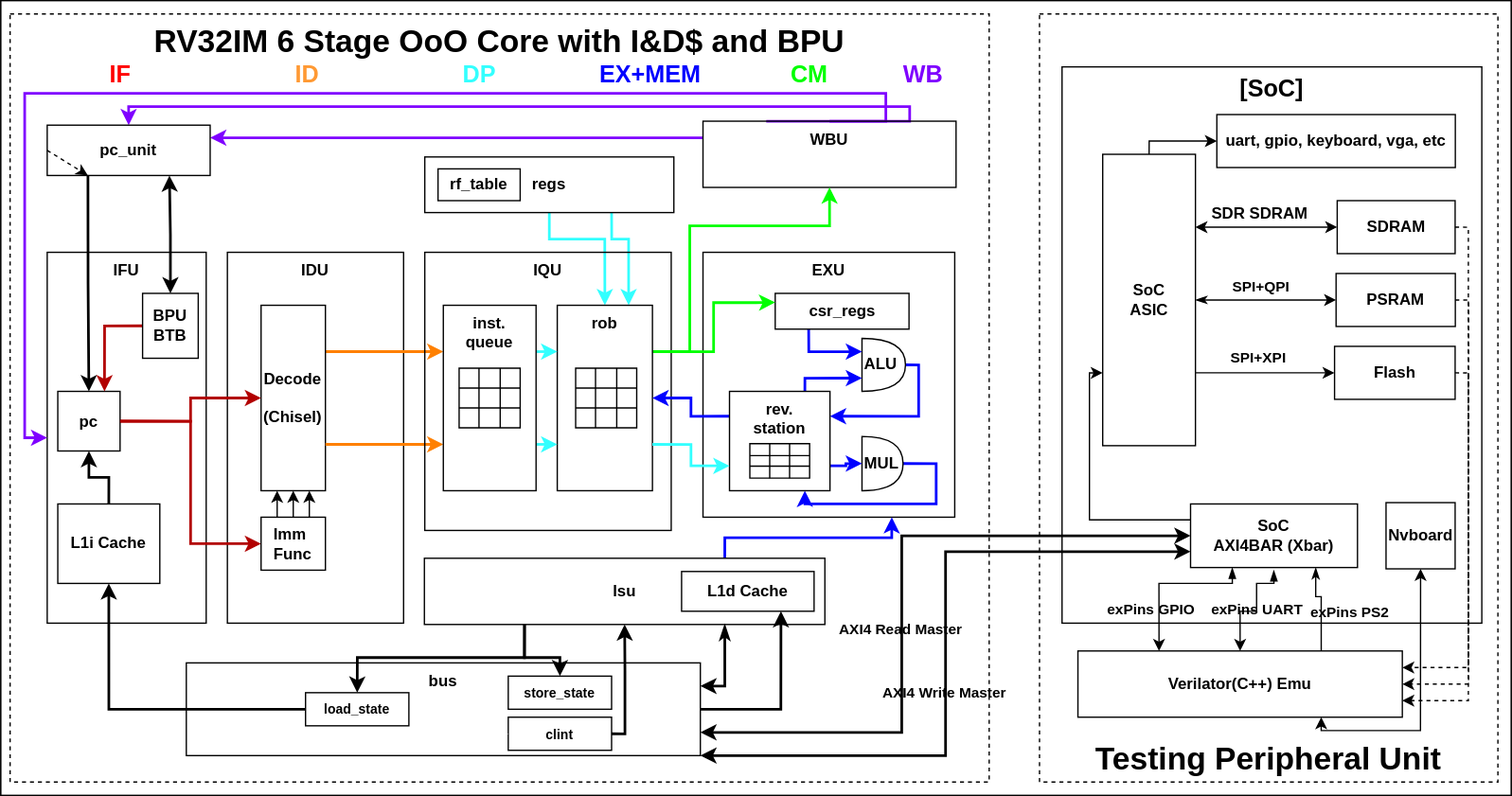
Kingfish404/raptor-chip keeps this draw.io diagram as docs/assets/npc-rv32im-o3-pipeline.svg. Above is the earlier version. Source tidied: cells renumbered, new cells last; positions are measured from the earlier drawing's top-left corner, leaving out a move shared by most shapes.
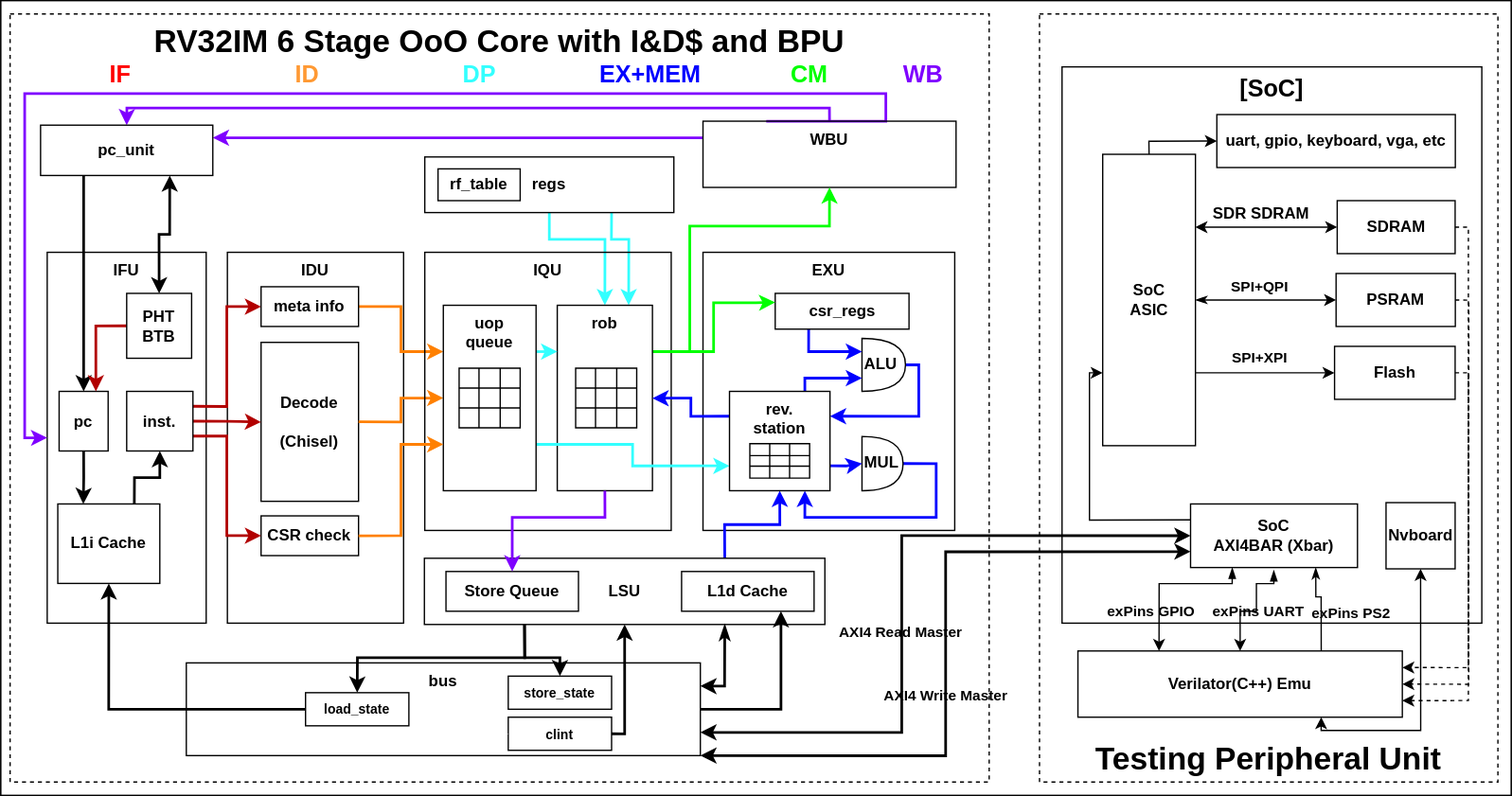
Above is the later version.

Commit message:
feat: store-to-load

What changed in the source:
```diff
@@ -4,3 +4,3 @@
     <mxCell id="1" parent="0" />
-    <mxCell id="2" style="rounded=0;whiteSpace=wrap;html=1;" parent="1" vertex="1">
+    <mxCell id="2" style="rounded=0;whiteSpace=wrap;html=1;fillColor=default;" parent="1" vertex="1">
       <mxGeometry width="1140" height="600" as="geometry" />
@@ -13,4 +13,4 @@
     </mxCell>
-    <mxCell id="5" value="&lt;span style=&quot;&quot;&gt;EXU&lt;/span&gt;" style="rounded=0;whiteSpace=wrap;html=1;gradientColor=none;arcSize=7;verticalAlign=top;fontStyle=1;fillColor=none;" parent="1" vertex="1">
-      <mxGeometry x="530" y="190" width="190" height="200" as="geometry" />
+    <mxCell id="5" value="&lt;span style=&quot;&quot;&gt;&lt;font style=&quot;color: light-dark(rgb(0, 0, 0), rgb(255, 255, 255));&quot;&gt;EXU&lt;/font&gt;&lt;/span&gt;" style="rounded=0;whiteSpace=wrap;html=1;gradientColor=none;arcSize=7;verticalAlign=top;fontStyle=1;fillColor=none;" parent="1" vertex="1">
+      <mxGeometry x="530" y="190" width="190" height="210" as="geometry" />
     </mxCell>
@@ -19,3 +19,3 @@
     </mxCell>
-    <mxCell id="7" style="edgeStyle=orthogonalEdgeStyle;rounded=0;jumpSize=0;html=1;exitX=1;exitY=0.25;exitDx=0;exitDy=0;fontStyle=1;strokeWidth=2;fillColor=#fa6800;strokeColor=#FF8000;entryX=0;entryY=0.25;entryDx=0;entryDy=0;" parent="1" edge="1" source="8" target="88">
+    <mxCell id="7" style="edgeStyle=orthogonalEdgeStyle;rounded=0;jumpSize=0;html=1;exitX=1;exitY=0.5;exitDx=0;exitDy=0;fontStyle=1;strokeWidth=2;fillColor=#fa6800;strokeColor=#FF8000;entryX=0;entryY=0.25;entryDx=0;entryDy=0;" parent="1" edge="1" source="23" target="88">
       <mxGeometry relative="1" as="geometry" />
@@ -23,14 +23,14 @@
     <mxCell id="8" value="Decode&lt;br&gt;&lt;br&gt;(Chisel)" style="rounded=0;whiteSpace=wrap;html=1;gradientColor=none;strokeColor=default;fontStyle=1;fillColor=none;" parent="1" vertex="1">
-      <mxGeometry x="196.4" y="230" width="48.6" height="140" as="geometry" />
+      <mxGeometry x="196.4" y="258" width="73.6" height="120" as="geometry" />
     </mxCell>
-    <mxCell id="9" value="&lt;span&gt;IFU&lt;/span&gt;" style="rounded=0;whiteSpace=wrap;html=1;gradientColor=none;verticalAlign=top;fontStyle=1;fillColor=none;" parent="1" vertex="1">
+    <mxCell id="9" value="&lt;span&gt;&lt;font style=&quot;color: light-dark(rgb(0, 0, 0), rgb(255, 255, 255));&quot;&gt;IFU&lt;/font&gt;&lt;/span&gt;" style="rounded=0;whiteSpace=wrap;html=1;gradientColor=none;verticalAlign=top;fontStyle=1;fillColor=none;" parent="1" vertex="1">
       <mxGeometry x="35" y="190" width="120" height="280" as="geometry" />
     </mxCell>
-    <mxCell id="10" style="edgeStyle=orthogonalEdgeStyle;rounded=0;jumpSize=0;html=1;exitX=1;exitY=0.5;exitDx=0;exitDy=0;entryX=0;entryY=0.5;entryDx=0;entryDy=0;fontStyle=1;fillColor=#e51400;strokeColor=#B20000;strokeWidth=2;" parent="1" edge="1" source="11" target="23">
+    <mxCell id="10" style="edgeStyle=orthogonalEdgeStyle;rounded=0;jumpSize=0;html=1;exitX=1;exitY=0.25;exitDx=0;exitDy=0;entryX=0;entryY=0.5;entryDx=0;entryDy=0;fontStyle=1;fillColor=#e51400;strokeColor=#B20000;strokeWidth=2;" parent="1" edge="1" source="143" target="23">
       <mxGeometry relative="1" as="geometry" />
     </mxCell>
-    <mxCell id="11" value="pc" style="rounded=0;whiteSpace=wrap;html=1;gradientColor=none;strokeColor=default;fontStyle=1;fillColor=none;" parent="1" vertex="1">
-      <mxGeometry x="43" y="295" width="47" height="45" as="geometry" />
+    <mxCell id="11" value="pc" style="rounded=0;whiteSpace=wrap;html=1;gradientColor=none;strokeColor=light-dark(#000000,#FFFFFF);fontStyle=1;fillColor=none;" parent="1" vertex="1">
+      <mxGeometry x="44" y="295" width="37" height="45" as="geometry" />
     </mxCell>
-    <mxCell id="12" style="edgeStyle=orthogonalEdgeStyle;html=1;exitX=1;exitY=0.5;exitDx=0;exitDy=0;rounded=0;fontStyle=1;fillColor=#e51400;strokeColor=#B20000;strokeWidth=2;" parent="1" edge="1" source="11" target="8">
+    <mxCell id="12" style="edgeStyle=orthogonalEdgeStyle;html=1;exitX=1;exitY=0.5;exitDx=0;exitDy=0;rounded=0;fontStyle=1;fillColor=#e51400;strokeColor=#B20000;strokeWidth=2;" parent="1" edge="1" source="143" target="8">
       <mxGeometry relative="1" as="geometry" />
@@ -52,5 +52,5 @@
         <Array as="points">
-          <mxPoint x="706" y="350" />
-          <mxPoint x="706" y="380" />
-          <mxPoint x="607" y="380" />
+          <mxPoint x="706" y="349" />
+          <mxPoint x="706" y="390" />
+          <mxPoint x="607" y="390" />
         </Array>
@@ -61,16 +61,7 @@
     </mxCell>
-    <mxCell id="19" style="edgeStyle=orthogonalEdgeStyle;rounded=0;jumpStyle=none;html=1;exitX=1;exitY=0.75;exitDx=0;exitDy=0;fontStyle=1;entryX=0;entryY=0.75;entryDx=0;entryDy=0;fillColor=#fa6800;strokeColor=#FF8000;strokeWidth=2;" parent="1" edge="1" source="8" target="88">
+    <mxCell id="19" style="edgeStyle=orthogonalEdgeStyle;rounded=0;jumpStyle=none;html=1;exitX=1;exitY=0.5;exitDx=0;exitDy=0;fontStyle=1;entryX=0;entryY=0.5;entryDx=0;entryDy=0;fillColor=#fa6800;strokeColor=#FF8000;strokeWidth=2;" parent="1" edge="1" source="8" target="88">
       <mxGeometry relative="1" as="geometry" />
     </mxCell>
-    <mxCell id="20" style="edgeStyle=orthogonalEdgeStyle;rounded=0;jumpSize=0;html=1;exitX=0.5;exitY=0;exitDx=0;exitDy=0;entryX=0.5;entryY=1;entryDx=0;entryDy=0;fontStyle=1;" parent="1" edge="1" source="23" target="8">
-      <mxGeometry relative="1" as="geometry" />
-    </mxCell>
-    <mxCell id="21" style="edgeStyle=orthogonalEdgeStyle;rounded=0;jumpSize=0;html=1;exitX=0.25;exitY=0;exitDx=0;exitDy=0;entryX=0.25;entryY=1;entryDx=0;entryDy=0;fontStyle=1;" parent="1" edge="1" source="23" target="8">
-      <mxGeometry relative="1" as="geometry" />
-    </mxCell>
-    <mxCell id="22" style="edgeStyle=orthogonalEdgeStyle;rounded=0;jumpSize=0;html=1;exitX=0.75;exitY=0;exitDx=0;exitDy=0;entryX=0.75;entryY=1;entryDx=0;entryDy=0;fontStyle=1;" parent="1" edge="1" source="23" target="8">
-      <mxGeometry relative="1" as="geometry" />
-    </mxCell>
-    <mxCell id="23" value="&lt;div style=&quot;text-align: left;&quot;&gt;&lt;span style=&quot;background-color: initial;&quot;&gt;Imm&lt;/span&gt;&lt;/div&gt;&lt;div style=&quot;text-align: left;&quot;&gt;&lt;span style=&quot;background-color: initial;&quot;&gt;Func&lt;/span&gt;&lt;/div&gt;" style="rounded=0;whiteSpace=wrap;html=1;gradientColor=none;strokeColor=default;fontStyle=1;fillColor=none;" parent="1" vertex="1">
-      <mxGeometry x="196.4" y="390" width="48.6" height="40" as="geometry" />
+    <mxCell id="23" value="&lt;div style=&quot;text-align: left;&quot;&gt;meta info&lt;/div&gt;" style="rounded=0;whiteSpace=wrap;html=1;gradientColor=none;strokeColor=light-dark(#000000,#FFFFFF);fontStyle=1;fillColor=none;" parent="1" vertex="1">
+      <mxGeometry x="196.4" y="216" width="73.6" height="30" as="geometry" />
     </mxCell>
@@ -154,3 +145,3 @@
     </mxCell>
-    <mxCell id="47" style="edgeStyle=orthogonalEdgeStyle;rounded=0;html=1;exitX=0.75;exitY=0;exitDx=0;exitDy=0;startArrow=none;startFill=0;endArrow=classic;endFill=1;fontStyle=1;entryX=0.75;entryY=1;entryDx=0;entryDy=0;fillColor=#e3c800;strokeColor=#0000FF;strokeWidth=2;" parent="1" edge="1" source="50" target="5">
+    <mxCell id="47" style="edgeStyle=orthogonalEdgeStyle;rounded=0;html=1;exitX=0.75;exitY=0;exitDx=0;exitDy=0;startArrow=none;startFill=0;endArrow=classic;endFill=1;fontStyle=1;entryX=0.5;entryY=1;entryDx=0;entryDy=0;fillColor=#e3c800;strokeColor=#0000FF;strokeWidth=2;" parent="1" edge="1" source="50" target="92">
       <mxGeometry relative="1" as="geometry" />
@@ -173,3 +164,3 @@
     </mxCell>
-    <mxCell id="50" value="lsu" style="whiteSpace=wrap;html=1;fontStyle=1;fillColor=none;" parent="1" vertex="1">
+    <mxCell id="50" value="LSU" style="whiteSpace=wrap;html=1;fontStyle=1;fillColor=none;" parent="1" vertex="1">
       <mxGeometry x="319.7" y="421" width="302.3" height="50" as="geometry" />
@@ -234,8 +225,3 @@
     <mxCell id="60" style="edgeStyle=orthogonalEdgeStyle;rounded=0;html=1;exitX=0.5;exitY=0;exitDx=0;exitDy=0;entryX=0.5;entryY=0;entryDx=0;entryDy=0;strokeColor=#7F00FF;fontStyle=1;fillColor=#008a00;strokeWidth=2;" parent="1" edge="1" source="63" target="68">
-      <mxGeometry relative="1" as="geometry">
-        <Array as="points">
-          <mxPoint x="686" y="80" />
-          <mxPoint x="97" y="80" />
-        </Array>
-      </mxGeometry>
+      <mxGeometry relative="1" as="geometry" />
     </mxCell>
@@ -265,8 +251,2 @@
     </mxCell>
-    <mxCell id="67" style="edgeStyle=orthogonalEdgeStyle;rounded=0;jumpSize=0;html=1;exitX=0;exitY=0.5;exitDx=0;exitDy=0;entryX=0.25;entryY=1;entryDx=0;entryDy=0;dashed=1;fontStyle=1;" parent="1" edge="1" source="68" target="68">
-      <mxGeometry relative="1" as="geometry" />
-    </mxCell>
-    <mxCell id="68" value="pc_unit" style="rounded=0;whiteSpace=wrap;html=1;fontStyle=1;fillColor=none;" parent="1" vertex="1">
-      <mxGeometry x="35" y="94" width="123" height="38" as="geometry" />
-    </mxCell>
     <mxCell id="69" style="edgeStyle=orthogonalEdgeStyle;rounded=0;html=1;exitX=1;exitY=0.5;exitDx=0;exitDy=0;entryX=0.75;entryY=1;entryDx=0;entryDy=0;strokeColor=default;fontStyle=1;strokeWidth=2;" parent="1" edge="1" source="42" target="56">
@@ -283,4 +263,4 @@
     </mxCell>
-    <mxCell id="73" value="BPU&lt;br&gt;BTB" style="rounded=0;whiteSpace=wrap;html=1;fontStyle=1;fillColor=none;" parent="1" vertex="1">
-      <mxGeometry x="107" y="221" width="42" height="49" as="geometry" />
+    <mxCell id="73" value="&lt;span style=&quot;background-color: light-dark(#ffffff, var(--ge-dark-color, #121212));&quot;&gt;&lt;font style=&quot;color: light-dark(rgb(0, 0, 0), rgb(255, 255, 255));&quot;&gt;PHT&lt;/font&gt;&lt;/span&gt;&lt;div&gt;&lt;font style=&quot;color: light-dark(rgb(0, 0, 0), rgb(255, 255, 255));&quot;&gt;BTB&lt;/font&gt;&lt;/div&gt;" style="rounded=0;whiteSpace=wrap;html=1;fontStyle=1;fillColor=none;strokeColor=#000000;" parent="1" vertex="1">
+      <mxGeometry x="95" y="221" width="49" height="49" as="geometry" />
     </mxCell>
@@ -311,3 +291,3 @@
     </mxCell>
-    <mxCell id="80" style="edgeStyle=orthogonalEdgeStyle;html=1;exitX=0.5;exitY=0;exitDx=0;exitDy=0;entryX=0.5;entryY=1;entryDx=0;entryDy=0;rounded=0;strokeWidth=2;" parent="1" edge="1" source="81" target="11">
+    <mxCell id="80" style="edgeStyle=orthogonalEdgeStyle;html=1;exitX=0.5;exitY=1;exitDx=0;exitDy=0;entryX=0.25;entryY=0;entryDx=0;entryDy=0;rounded=0;strokeWidth=2;" parent="1" edge="1" source="11" target="81">
       <mxGeometry relative="1" as="geometry" />
@@ -317,3 +297,3 @@
     </mxCell>
-    <mxCell id="82" value="&lt;span style=&quot;&quot;&gt;IQU&lt;/span&gt;" style="rounded=0;whiteSpace=wrap;html=1;gradientColor=none;arcSize=7;verticalAlign=top;fontStyle=1;fillColor=none;" parent="1" vertex="1">
+    <mxCell id="82" value="&lt;span style=&quot;&quot;&gt;&lt;font style=&quot;color: light-dark(rgb(0, 0, 0), rgb(255, 255, 255));&quot;&gt;IQU&lt;/font&gt;&lt;/span&gt;" style="rounded=0;whiteSpace=wrap;html=1;gradientColor=none;arcSize=7;verticalAlign=top;fontStyle=1;fillColor=none;" parent="1" vertex="1">
       <mxGeometry x="320" y="190" width="186" height="210" as="geometry" />
@@ -344,6 +324,6 @@
     </mxCell>
-    <mxCell id="87" style="edgeStyle=orthogonalEdgeStyle;rounded=0;html=1;exitX=1;exitY=0.75;exitDx=0;exitDy=0;entryX=0;entryY=0.75;entryDx=0;entryDy=0;strokeWidth=2;fillColor=#60a917;strokeColor=#33FFFF;" parent="1" edge="1" source="88" target="85">
+    <mxCell id="87" style="edgeStyle=orthogonalEdgeStyle;rounded=0;html=1;exitX=1;exitY=0.75;exitDx=0;exitDy=0;entryX=0;entryY=0.75;entryDx=0;entryDy=0;strokeWidth=2;fillColor=#60a917;strokeColor=#33FFFF;" parent="1" edge="1" source="88" target="92">
       <mxGeometry relative="1" as="geometry" />
     </mxCell>
-    <mxCell id="88" value="inst.&lt;br&gt;queue" style="whiteSpace=wrap;html=1;verticalAlign=top;fontStyle=1;" parent="1" vertex="1">
+    <mxCell id="88" value="uop&lt;br&gt;queue" style="whiteSpace=wrap;html=1;verticalAlign=top;fontStyle=1;" parent="1" vertex="1">
       <mxGeometry x="334" y="230" width="70" height="140" as="geometry" />
@@ -362,5 +342,2 @@
     </mxCell>
-    <mxCell id="93" style="edgeStyle=orthogonalEdgeStyle;rounded=0;html=1;exitX=1;exitY=0.75;exitDx=0;exitDy=0;entryX=0;entryY=0.75;entryDx=0;entryDy=0;fontStyle=0;strokeWidth=2;fillColor=#60a917;strokeColor=#33FFFF;" parent="1" edge="1" source="85" target="92">
-      <mxGeometry relative="1" as="geometry" />
-    </mxCell>
     <mxCell id="94" value="EX+MEM" style="text;html=1;align=center;verticalAlign=middle;strokeColor=none;fillColor=none;fontSize=18;fontStyle=1;fontColor=#0000FF;" parent="1" vertex="1">
@@ -497,2 +474,31 @@
     </mxCell>
+    <mxCell id="138" value="Store Queue" style="whiteSpace=wrap;html=1;fontStyle=1;fillColor=none;" parent="1" vertex="1">
+      <mxGeometry x="336" y="431" width="100" height="30" as="geometry" />
+    </mxCell>
+    <mxCell id="139" style="edgeStyle=orthogonalEdgeStyle;rounded=0;html=1;exitX=0.5;exitY=1;exitDx=0;exitDy=0;entryX=0.5;entryY=0;entryDx=0;entryDy=0;strokeColor=#7F00FF;fontStyle=1;fillColor=#008a00;strokeWidth=2;" parent="1" edge="1" source="85" target="138">
+      <mxGeometry relative="1" as="geometry">
+        <Array as="points">
+          <mxPoint x="456" y="390" />
+          <mxPoint x="386" y="390" />
+        </Array>
+      </mxGeometry>
+    </mxCell>
+    <mxCell id="140" value="&lt;div style=&quot;text-align: left;&quot;&gt;CSR check&lt;/div&gt;" style="rounded=0;whiteSpace=wrap;html=1;gradientColor=none;strokeColor=default;fontStyle=1;fillColor=none;" parent="1" vertex="1">
+      <mxGeometry x="196.4" y="389" width="73.6" height="30" as="geometry" />
+    </mxCell>
+    <mxCell id="141" style="edgeStyle=orthogonalEdgeStyle;rounded=0;jumpSize=0;html=1;exitX=1;exitY=0.75;exitDx=0;exitDy=0;entryX=0;entryY=0.5;entryDx=0;entryDy=0;fontStyle=1;fillColor=#e51400;strokeColor=#B20000;strokeWidth=2;" parent="1" edge="1" source="143" target="140">
+      <mxGeometry relative="1" as="geometry" />
+    </mxCell>
+    <mxCell id="142" style="edgeStyle=orthogonalEdgeStyle;rounded=0;jumpStyle=none;html=1;exitX=1;exitY=0.5;exitDx=0;exitDy=0;fontStyle=1;fillColor=#fa6800;strokeColor=#FF8000;strokeWidth=2;entryX=0;entryY=0.75;entryDx=0;entryDy=0;" parent="1" edge="1" source="140" target="88">
+      <mxGeometry relative="1" as="geometry" />
+    </mxCell>
+    <mxCell id="143" value="inst." style="rounded=0;whiteSpace=wrap;html=1;gradientColor=none;strokeColor=default;fontStyle=1;fillColor=none;" parent="1" vertex="1">
+      <mxGeometry x="95" y="295" width="50" height="45" as="geometry" />
+    </mxCell>
+    <mxCell id="144" style="edgeStyle=orthogonalEdgeStyle;html=1;exitX=0.75;exitY=0;exitDx=0;exitDy=0;entryX=0.5;entryY=1;entryDx=0;entryDy=0;rounded=0;strokeWidth=2;" parent="1" edge="1" source="81" target="143">
+      <mxGeometry relative="1" as="geometry" />
+    </mxCell>
+    <mxCell id="68" value="pc_unit" style="rounded=0;whiteSpace=wrap;html=1;fontStyle=1;fillColor=none;" parent="1" vertex="1">
+      <mxGeometry x="30" y="94" width="130" height="38" as="geometry" />
+    </mxCell>
   </root>
```
